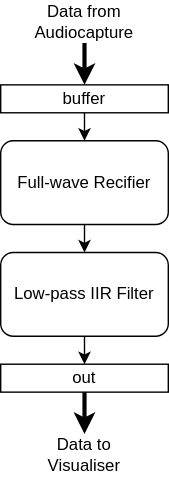
Earlier version of the draw.io export assets/images/Data Flow.svg (rt5-tp/envelope_following). Source tidied: cells renumbered, new cells last; positions are measured from the earlier drawing's top-left corner, leaving out a move shared by most shapes.
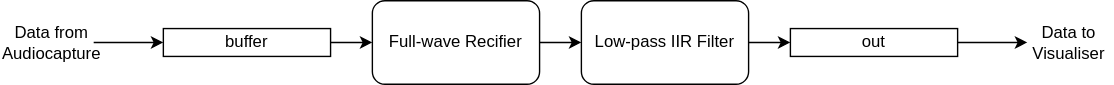
Later version of the same file.

Change to the diagram source:
```diff
@@ -2,40 +2,38 @@
   <root>
     <mxCell id="0" />
     <mxCell id="1" parent="0" />
-    <mxCell id="2" style="edgeStyle=orthogonalEdgeStyle;rounded=0;jettySize=auto;html=1;exitX=0.5;exitY=1;exitDx=0;exitDy=0;entryX=0.5;entryY=0;entryDx=0;entryDy=0;" parent="1" edge="1" source="3" target="7">
+    <mxCell id="2" style="edgeStyle=orthogonalEdgeStyle;rounded=0;jettySize=auto;html=1;exitX=1;exitY=0.5;exitDx=0;exitDy=0;entryX=0;entryY=0.5;entryDx=0;entryDy=0;" parent="1" edge="1" source="3" target="7">
       <mxGeometry relative="1" as="geometry" />
     </mxCell>
     <mxCell id="3" value="buffer" style="rounded=0;whiteSpace=wrap;html=1;" parent="1" vertex="1">
-      <mxGeometry y="60" width="120" height="20" as="geometry" />
+      <mxGeometry x="-151" y="115" width="120" height="20" as="geometry" />
     </mxCell>
-    <mxCell id="4" style="edgeStyle=orthogonalEdgeStyle;rounded=0;jettySize=auto;html=1;exitX=0.5;exitY=1;exitDx=0;exitDy=0;strokeWidth=3;" parent="1" edge="1" source="5">
-      <mxGeometry relative="1" as="geometry">
-        <mxPoint x="60" y="60" as="targetPoint" />
-      </mxGeometry>
-    </mxCell>
+    <mxCell id="13" style="edgeStyle=orthogonalEdgeStyle;rounded=0;jettySize=auto;html=1;exitX=1;exitY=0.5;exitDx=0;exitDy=0;entryX=0;entryY=0.5;entryDx=0;entryDy=0;" parent="1" edge="1" source="5" target="3">
+      <mxGeometry relative="1" as="geometry" />
+    </mxCell>
     <mxCell id="5" value="Data from Audiocapture" style="text;html=1;strokeColor=none;fillColor=none;align=center;verticalAlign=middle;whiteSpace=wrap;rounded=0;" parent="1" vertex="1">
-      <mxGeometry x="30" width="60" height="30" as="geometry" />
+      <mxGeometry x="-261" y="110" width="60" height="30" as="geometry" />
     </mxCell>
-    <mxCell id="6" style="edgeStyle=orthogonalEdgeStyle;rounded=0;jettySize=auto;html=1;exitX=0.5;exitY=1;exitDx=0;exitDy=0;entryX=0.5;entryY=0;entryDx=0;entryDy=0;" parent="1" edge="1" source="7" target="9">
+    <mxCell id="6" style="edgeStyle=orthogonalEdgeStyle;rounded=0;jettySize=auto;html=1;exitX=1;exitY=0.5;exitDx=0;exitDy=0;entryX=0;entryY=0.5;entryDx=0;entryDy=0;" parent="1" edge="1" source="7" target="9">
       <mxGeometry relative="1" as="geometry" />
     </mxCell>
     <mxCell id="7" value="Full-wave Recifier" style="rounded=1;whiteSpace=wrap;html=1;" parent="1" vertex="1">
-      <mxGeometry y="100" width="120" height="60" as="geometry" />
+      <mxGeometry x="-1" y="95" width="120" height="60" as="geometry" />
     </mxCell>
-    <mxCell id="8" style="edgeStyle=orthogonalEdgeStyle;rounded=0;jettySize=auto;html=1;exitX=0.5;exitY=1;exitDx=0;exitDy=0;entryX=0.5;entryY=0;entryDx=0;entryDy=0;" parent="1" edge="1" source="9" target="11">
+    <mxCell id="8" style="edgeStyle=orthogonalEdgeStyle;rounded=0;jettySize=auto;html=1;exitX=1;exitY=0.5;exitDx=0;exitDy=0;entryX=0;entryY=0.5;entryDx=0;entryDy=0;" parent="1" edge="1" source="9" target="11">
       <mxGeometry relative="1" as="geometry" />
     </mxCell>
     <mxCell id="9" value="Low-pass IIR Filter" style="rounded=1;whiteSpace=wrap;html=1;" parent="1" vertex="1">
-      <mxGeometry y="180" width="120" height="60" as="geometry" />
+      <mxGeometry x="149" y="95" width="120" height="60" as="geometry" />
     </mxCell>
-    <mxCell id="10" style="edgeStyle=orthogonalEdgeStyle;rounded=0;jettySize=auto;html=1;exitX=0.5;exitY=1;exitDx=0;exitDy=0;entryX=0.5;entryY=0;entryDx=0;entryDy=0;strokeWidth=3;" parent="1" edge="1" source="11" target="12">
+    <mxCell id="10" style="edgeStyle=orthogonalEdgeStyle;rounded=0;jettySize=auto;html=1;exitX=1;exitY=0.5;exitDx=0;exitDy=0;entryX=0;entryY=0.5;entryDx=0;entryDy=0;" parent="1" edge="1" source="11" target="12">
       <mxGeometry relative="1" as="geometry" />
     </mxCell>
     <mxCell id="11" value="out" style="rounded=0;whiteSpace=wrap;html=1;" parent="1" vertex="1">
-      <mxGeometry y="260" width="120" height="20" as="geometry" />
+      <mxGeometry x="299" y="115" width="120" height="20" as="geometry" />
     </mxCell>
     <mxCell id="12" value="Data to Visualiser" style="text;html=1;strokeColor=none;fillColor=none;align=center;verticalAlign=middle;whiteSpace=wrap;rounded=0;" parent="1" vertex="1">
-      <mxGeometry x="30" y="310" width="60" height="30" as="geometry" />
+      <mxGeometry x="469" y="110" width="60" height="30" as="geometry" />
     </mxCell>
   </root>
 </mxGraphModel>
```
